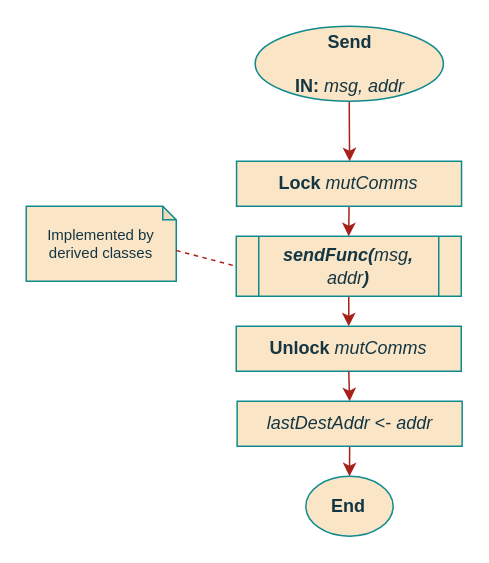
ESRGgroup9/slipad keeps this draw.io diagram as page "send" (6 of 8) of documentation/flowcharts/02Classes/CCommunication.drawio. Above is the earlier version. Source tidied: cells renumbered, new cells numbered last; positions are measured from the earlier drawing's top-left corner, leaving out a move shared by most shapes. Both pictures are drawn from the tidied source at 150%, with x=0, y=0 at pixel (26, 26).
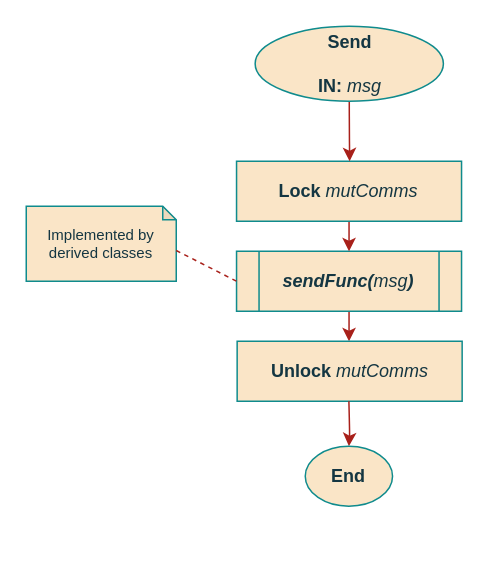
The same diagram, later.

The edit, as a diff of the source:
```diff
@@
 <mxGraphModel>
   <root>
     <mxCell id="0" />
     <mxCell id="1" parent="0" />
     <mxCell id="2" style="edgeStyle=orthogonalEdgeStyle;rounded=1;sketch=0;jettySize=auto;html=1;fontColor=#143642;strokeColor=#A8201A;fillColor=#FAE5C7;" parent="1" edge="1" source="3" target="4">
       <mxGeometry relative="1" as="geometry" />
     </mxCell>
-    <mxCell id="3" value="sendFunc(&lt;span style=&quot;font-weight: normal&quot;&gt;msg&lt;/span&gt;, &lt;span style=&quot;font-weight: normal&quot;&gt;addr&lt;/span&gt;)" style="shape=process;whiteSpace=wrap;html=1;backgroundOutline=1;rounded=0;sketch=0;fontColor=#143642;strokeColor=#0F8B8D;fillColor=#FAE5C7;fontStyle=3;" parent="1" vertex="1">
-      <mxGeometry x="140" y="140" width="150" height="40" as="geometry" />
+    <mxCell id="3" value="sendFunc(&lt;span style=&quot;font-weight: normal&quot;&gt;msg&lt;/span&gt;)" style="shape=process;whiteSpace=wrap;html=1;backgroundOutline=1;rounded=0;sketch=0;fontColor=#143642;strokeColor=#0F8B8D;fillColor=#FAE5C7;fontStyle=3;" parent="1" vertex="1">
+      <mxGeometry x="140.2" y="150" width="150" height="40" as="geometry" />
     </mxCell>
     <mxCell id="4" value="&lt;b&gt;Unlock&lt;/b&gt; &lt;i&gt;mutComms&lt;/i&gt;" style="rounded=0;whiteSpace=wrap;html=1;sketch=0;fontColor=#143642;strokeColor=#0F8B8D;fillColor=#FAE5C7;" parent="1" vertex="1">
-      <mxGeometry x="140" y="200" width="150" height="30" as="geometry" />
+      <mxGeometry x="140.6" y="210" width="150" height="40" as="geometry" />
     </mxCell>
     <mxCell id="5" style="edgeStyle=orthogonalEdgeStyle;rounded=1;jettySize=auto;html=1;exitX=0.5;exitY=1;exitDx=0;exitDy=0;entryX=0.5;entryY=0;entryDx=0;entryDy=0;strokeColor=#A8201A;" parent="1" edge="1" source="6" target="3">
       <mxGeometry relative="1" as="geometry" />
     </mxCell>
     <mxCell id="6" value="&lt;b&gt;Lock&lt;/b&gt; &lt;i&gt;mutComms&lt;/i&gt;" style="rounded=0;whiteSpace=wrap;html=1;sketch=0;fontColor=#143642;strokeColor=#0F8B8D;fillColor=#FAE5C7;" parent="1" vertex="1">
-      <mxGeometry x="140.2" y="90" width="150" height="30" as="geometry" />
+      <mxGeometry x="140.2" y="90" width="150" height="40" as="geometry" />
     </mxCell>
     <mxCell id="7" style="edgeStyle=orthogonalEdgeStyle;curved=0;rounded=1;sketch=0;jettySize=auto;html=1;exitX=0.5;exitY=1;exitDx=0;exitDy=0;entryX=0.5;entryY=0;entryDx=0;entryDy=0;fontColor=#143642;strokeColor=#A8201A;fillColor=#FAE5C7;" parent="1" edge="1" source="8">
       <mxGeometry relative="1" as="geometry">
         <mxPoint x="215.6" y="90" as="targetPoint" />
       </mxGeometry>
     </mxCell>
-    <mxCell id="8" value="&lt;div&gt;Send&lt;/div&gt;&lt;div&gt;&lt;br&gt;&lt;/div&gt;&lt;div&gt;IN: &lt;span style=&quot;font-weight: normal&quot;&gt;&lt;i&gt;msg, addr&lt;/i&gt;&lt;/span&gt;&lt;br&gt;&lt;/div&gt;" style="ellipse;whiteSpace=wrap;html=1;fillColor=#FAE5C7;strokeColor=#0F8B8D;fontColor=#143642;fontStyle=1;" parent="1" vertex="1">
+    <mxCell id="8" value="&lt;div&gt;Send&lt;/div&gt;&lt;div&gt;&lt;br&gt;&lt;/div&gt;&lt;div&gt;IN: &lt;span style=&quot;font-weight: normal&quot;&gt;&lt;i&gt;msg&lt;/i&gt;&lt;/span&gt;&lt;br&gt;&lt;/div&gt;" style="ellipse;whiteSpace=wrap;html=1;fillColor=#FAE5C7;strokeColor=#0F8B8D;fontColor=#143642;fontStyle=1;" parent="1" vertex="1">
       <mxGeometry x="152.6" width="125.5" height="50" as="geometry" />
     </mxCell>
-    <mxCell id="9" style="edgeStyle=orthogonalEdgeStyle;rounded=1;jettySize=auto;html=1;exitX=0.5;exitY=1;exitDx=0;exitDy=0;strokeColor=#A8201A;entryX=0.5;entryY=0;entryDx=0;entryDy=0;" parent="1" edge="1" source="4" target="14">
-      <mxGeometry relative="1" as="geometry" />
+    <mxCell id="9" style="edgeStyle=orthogonalEdgeStyle;rounded=1;jettySize=auto;html=1;exitX=0.5;exitY=1;exitDx=0;exitDy=0;strokeColor=#A8201A;" parent="1" edge="1" target="10">
+      <mxGeometry relative="1" as="geometry">
+        <mxPoint x="215.1" y="250" as="sourcePoint" />
+      </mxGeometry>
     </mxCell>
     <mxCell id="10" value="End" style="ellipse;whiteSpace=wrap;html=1;fillColor=#FAE5C7;strokeColor=#0F8B8D;fontColor=#143642;fontStyle=1;" parent="1" vertex="1">
-      <mxGeometry x="186.4" y="300" width="58.2" height="40" as="geometry" />
+      <mxGeometry x="186" y="280" width="58.2" height="40" as="geometry" />
     </mxCell>
     <mxCell id="11" value="Implemented by derived classes" style="shape=note;whiteSpace=wrap;html=1;backgroundOutline=1;darkOpacity=0.05;rounded=0;sketch=0;fontColor=#143642;strokeColor=#0F8B8D;fillColor=#FAE5C7;size=9;fontSize=10;" parent="1" vertex="1">
       <mxGeometry y="120" width="100" height="50" as="geometry" />
     </mxCell>
     <mxCell id="12" style="endArrow=none;dashed=1;html=1;rounded=1;sketch=0;fontColor=#143642;strokeColor=#A8201A;fillColor=#FAE5C7;curved=0;exitX=0;exitY=0;exitDx=100;exitDy=29.5;exitPerimeter=0;entryX=0;entryY=0.5;entryDx=0;entryDy=0;" parent="1" edge="1" source="11" target="3">
       <mxGeometry relative="1" as="geometry" />
     </mxCell>
-    <mxCell id="13" style="edgeStyle=orthogonalEdgeStyle;rounded=0;jettySize=auto;html=1;exitX=0.5;exitY=1;exitDx=0;exitDy=0;entryX=0.5;entryY=0;entryDx=0;entryDy=0;strokeColor=#A8201A;" parent="1" edge="1" source="14" target="10">
-      <mxGeometry relative="1" as="geometry" />
-    </mxCell>
-    <mxCell id="14" value="&lt;i&gt;lastDestAddr&lt;/i&gt; &amp;lt;- &lt;i&gt;addr&lt;/i&gt;" style="rounded=0;whiteSpace=wrap;html=1;sketch=0;fontColor=#143642;strokeColor=#0F8B8D;fillColor=#FAE5C7;" parent="1" vertex="1">
-      <mxGeometry x="140.6" y="250" width="150" height="30" as="geometry" />
-    </mxCell>
   </root>
 </mxGraphModel>
```
